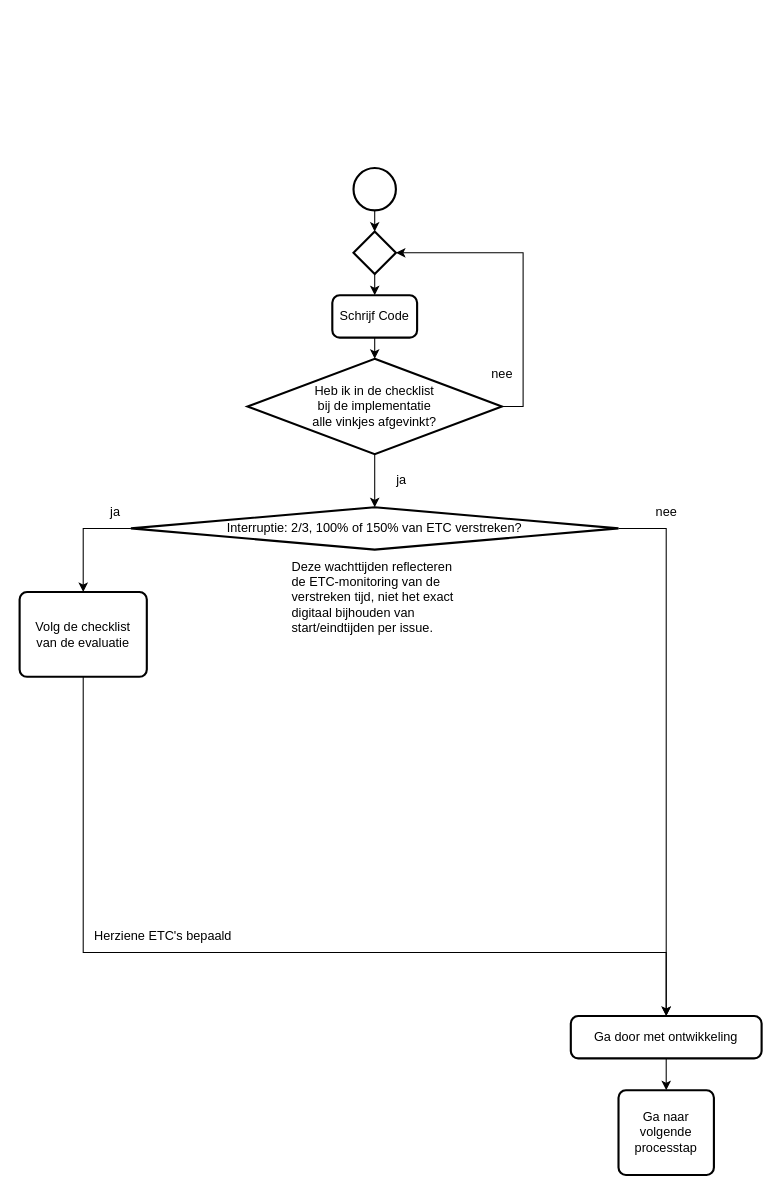
This is 4 Issue Tracker implementatie.drawio from Zaibatsu89/IssueTracker, a draw.io file, before an edit. Source tidied: cells renumbered, new cells numbered last; positions are measured from the earlier drawing's top-left corner, leaving out a move shared by most shapes. Both pictures are drawn from the tidied source at 106%, with x=0, y=0 at pixel (19, 167).
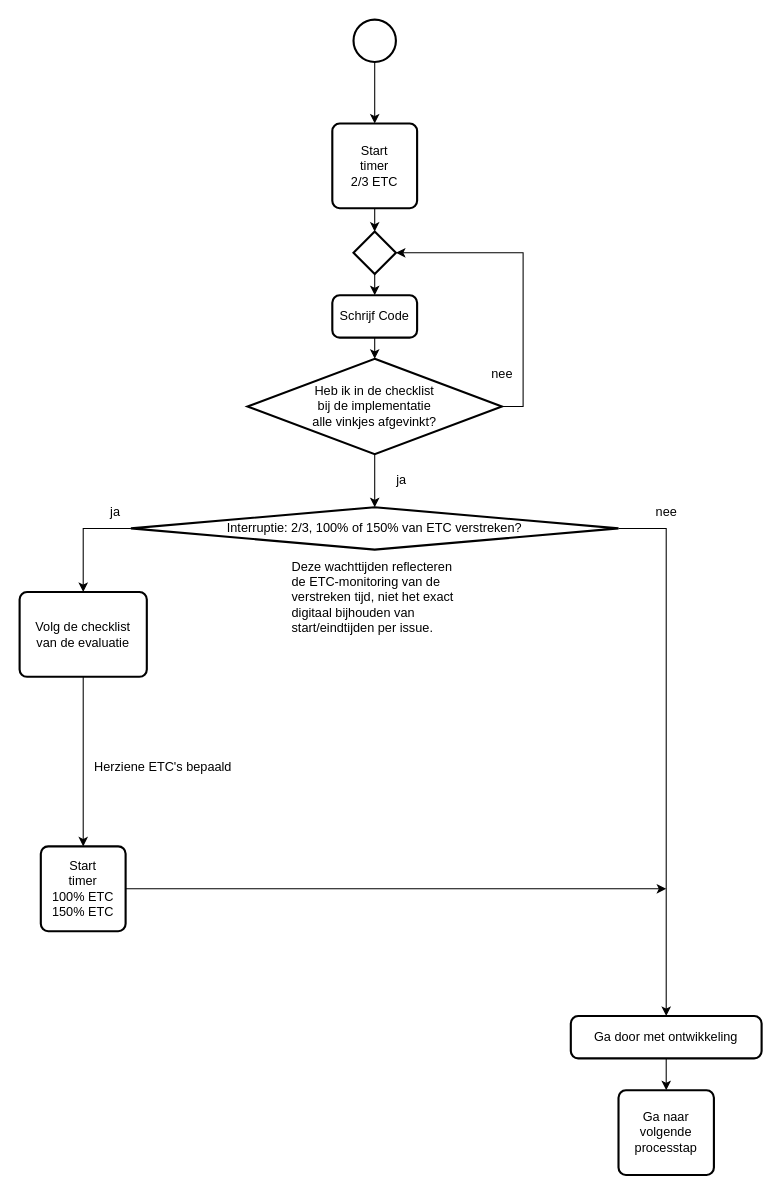
The same page after the edit.

Commit message (it also covers changes not shown here):
Voeg "Start timer 2/3", "Start timer 100%" en "Start timer 150%" toe aan flowcharts

The change refers to these unchanged cells:
```xml
<mxCell id="4" style="strokeWidth=2;html=1;shape=mxgraph.flowchart.decision;whiteSpace=wrap;" parent="1" vertex="1">
  <mxGeometry x="315" y="60" width="40" height="40" as="geometry" />
</mxCell>
<mxCell id="15" value="Volg de checklist&lt;br&gt;van de evaluatie" style="rounded=1;whiteSpace=wrap;html=1;absoluteArcSize=1;arcSize=14;strokeWidth=2;" parent="1" vertex="1">
  <mxGeometry y="400" width="120" height="80" as="geometry" />
</mxCell>
<mxCell id="18" value="Ga door met ontwikkeling" style="rounded=1;whiteSpace=wrap;html=1;absoluteArcSize=1;arcSize=14;strokeWidth=2;" parent="1" vertex="1">
  <mxGeometry x="520" y="800" width="180" height="40" as="geometry" />
</mxCell>
```

The edit, as a diff of the source:
```diff
@@
+    <mxCell id="25" style="edgeStyle=orthogonalEdgeStyle;rounded=0;jettySize=auto;html=1;" parent="1" edge="1" source="2" target="27">
+      <mxGeometry relative="1" as="geometry" />
+    </mxCell>
     <mxCell id="2" style="strokeWidth=2;html=1;shape=mxgraph.flowchart.start_2;whiteSpace=wrap;" parent="1" vertex="1">
-      <mxGeometry x="315" width="40" height="40" as="geometry" />
+      <mxGeometry x="315" y="-140" width="40" height="40" as="geometry" />
     </mxCell>
@@
-    <mxCell id="6" style="edgeStyle=orthogonalEdgeStyle;rounded=0;jettySize=auto;html=1;exitX=0.5;exitY=1;exitDx=0;exitDy=0;exitPerimeter=0;entryX=0.5;entryY=0;entryDx=0;entryDy=0;entryPerimeter=0;" parent="1" edge="1" source="2" target="4">
-      <mxGeometry relative="1" as="geometry" />
-    </mxCell>
@@
+    <mxCell id="26" style="edgeStyle=orthogonalEdgeStyle;rounded=0;jettySize=auto;html=1;entryX=0.5;entryY=0;entryDx=0;entryDy=0;" parent="1" edge="1" source="15" target="30">
+      <mxGeometry relative="1" as="geometry" />
+    </mxCell>
@@
     <mxCell id="23" value="Herziene ETC's bepaald" style="text;html=1;align=center;verticalAlign=middle;strokeColor=none;fillColor=none;" parent="1" vertex="1">
-      <mxGeometry x="60" y="710" width="150" height="30" as="geometry" />
+      <mxGeometry x="60" y="550" width="150" height="30" as="geometry" />
     </mxCell>
-    <mxCell id="24" style="edgeStyle=orthogonalEdgeStyle;rounded=0;jettySize=auto;html=1;entryX=0.5;entryY=0;entryDx=0;entryDy=0;exitX=0.5;exitY=1;exitDx=0;exitDy=0;" parent="1" edge="1" source="15" target="18">
-      <mxGeometry relative="1" as="geometry">
-        <Array as="points">
-          <mxPoint x="60" y="740" />
-          <mxPoint x="610" y="740" />
-        </Array>
-      </mxGeometry>
-    </mxCell>
+    <mxCell id="27" value="Start&lt;br&gt;timer&lt;br&gt;2/3 ETC" style="rounded=1;whiteSpace=wrap;html=1;absoluteArcSize=1;arcSize=14;strokeWidth=2;" parent="1" vertex="1">
+      <mxGeometry x="295" y="-42" width="80" height="80" as="geometry" />
+    </mxCell>
+    <mxCell id="28" style="edgeStyle=orthogonalEdgeStyle;rounded=0;jettySize=auto;html=1;exitX=0.5;exitY=1;exitDx=0;exitDy=0;entryX=0.5;entryY=0;entryDx=0;entryDy=0;entryPerimeter=0;" parent="1" edge="1" source="27" target="4">
+      <mxGeometry relative="1" as="geometry" />
+    </mxCell>
+    <mxCell id="29" style="edgeStyle=orthogonalEdgeStyle;rounded=0;jettySize=auto;html=1;exitX=1;exitY=0.5;exitDx=0;exitDy=0;" parent="1" edge="1" source="30">
+      <mxGeometry relative="1" as="geometry">
+        <mxPoint x="610" y="680" as="targetPoint" />
+      </mxGeometry>
+    </mxCell>
+    <mxCell id="30" value="Start&lt;br&gt;timer&lt;br&gt;100% ETC&lt;br&gt;150% ETC" style="rounded=1;whiteSpace=wrap;html=1;absoluteArcSize=1;arcSize=14;strokeWidth=2;" parent="1" vertex="1">
+      <mxGeometry x="20" y="640" width="80" height="80" as="geometry" />
+    </mxCell>
```
